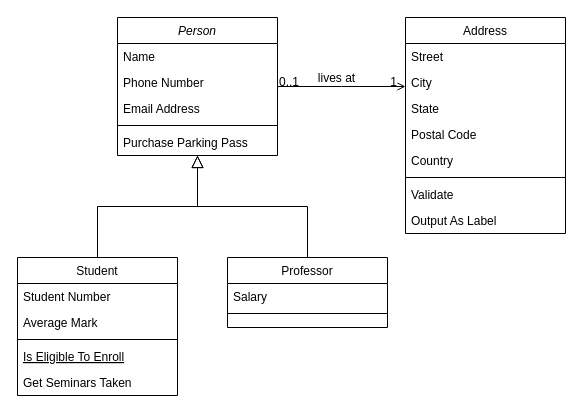
vahtyah/JavaSemester2 keeps this draw.io diagram as src/lab_7/Untitled Diagram.drawio. Above is the earlier version. Source tidied: cells renumbered, new cells numbered last; positions are measured from the earlier drawing's top-left corner, leaving out a move shared by most shapes. Both pictures are drawn from the tidied source at 100%, with x=0, y=0 at pixel (17, 17).
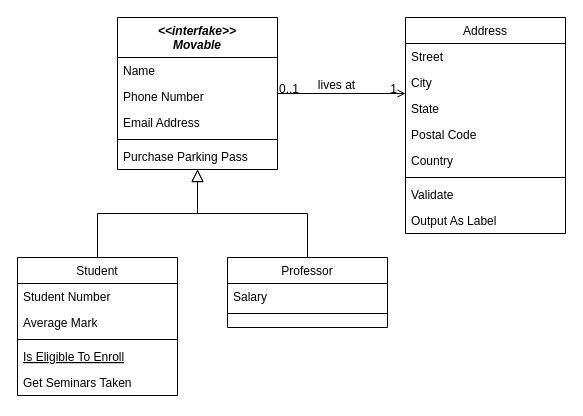
The same page after the edit.

Diff of the diagram source:
```diff
@@
-    <mxCell id="2" value="Person" style="swimlane;fontStyle=2;align=center;verticalAlign=top;horizontal=1;startSize=26;rounded=0;shadow=0;strokeWidth=1;" parent="1" vertex="1">
-      <mxGeometry x="100" width="160" height="138" as="geometry" />
+    <mxCell id="2" value="&lt;&lt;interfake&gt;&gt;&#10;Movable" style="swimlane;fontStyle=3;align=center;verticalAlign=top;horizontal=1;startSize=40;rounded=0;shadow=0;strokeWidth=1;" parent="1" vertex="1">
+      <mxGeometry x="100" width="160" height="152" as="geometry" />
     </mxCell>
     <mxCell id="3" value="Name" style="text;align=left;verticalAlign=top;spacingLeft=4;spacingRight=4;overflow=hidden;" parent="2" vertex="1">
-      <mxGeometry y="26" width="160" height="26" as="geometry" />
+      <mxGeometry y="40" width="160" height="26" as="geometry" />
     </mxCell>
     <mxCell id="4" value="Phone Number" style="text;align=left;verticalAlign=top;spacingLeft=4;spacingRight=4;overflow=hidden;rounded=0;shadow=0;html=0;" parent="2" vertex="1">
-      <mxGeometry y="52" width="160" height="26" as="geometry" />
+      <mxGeometry y="66" width="160" height="26" as="geometry" />
     </mxCell>
     <mxCell id="5" value="Email Address" style="text;align=left;verticalAlign=top;spacingLeft=4;spacingRight=4;overflow=hidden;rounded=0;shadow=0;html=0;" parent="2" vertex="1">
-      <mxGeometry y="78" width="160" height="26" as="geometry" />
+      <mxGeometry y="92" width="160" height="26" as="geometry" />
     </mxCell>
     <mxCell id="6" style="line;html=1;strokeWidth=1;align=left;verticalAlign=middle;spacingTop=-1;spacingLeft=3;spacingRight=3;labelPosition=right;" parent="2" vertex="1">
-      <mxGeometry y="104" width="160" height="8" as="geometry" />
+      <mxGeometry y="118" width="160" height="8" as="geometry" />
     </mxCell>
     <mxCell id="7" value="Purchase Parking Pass" style="text;align=left;verticalAlign=top;spacingLeft=4;spacingRight=4;overflow=hidden;" parent="2" vertex="1">
-      <mxGeometry y="112" width="160" height="26" as="geometry" />
+      <mxGeometry y="126" width="160" height="26" as="geometry" />
     </mxCell>
```
